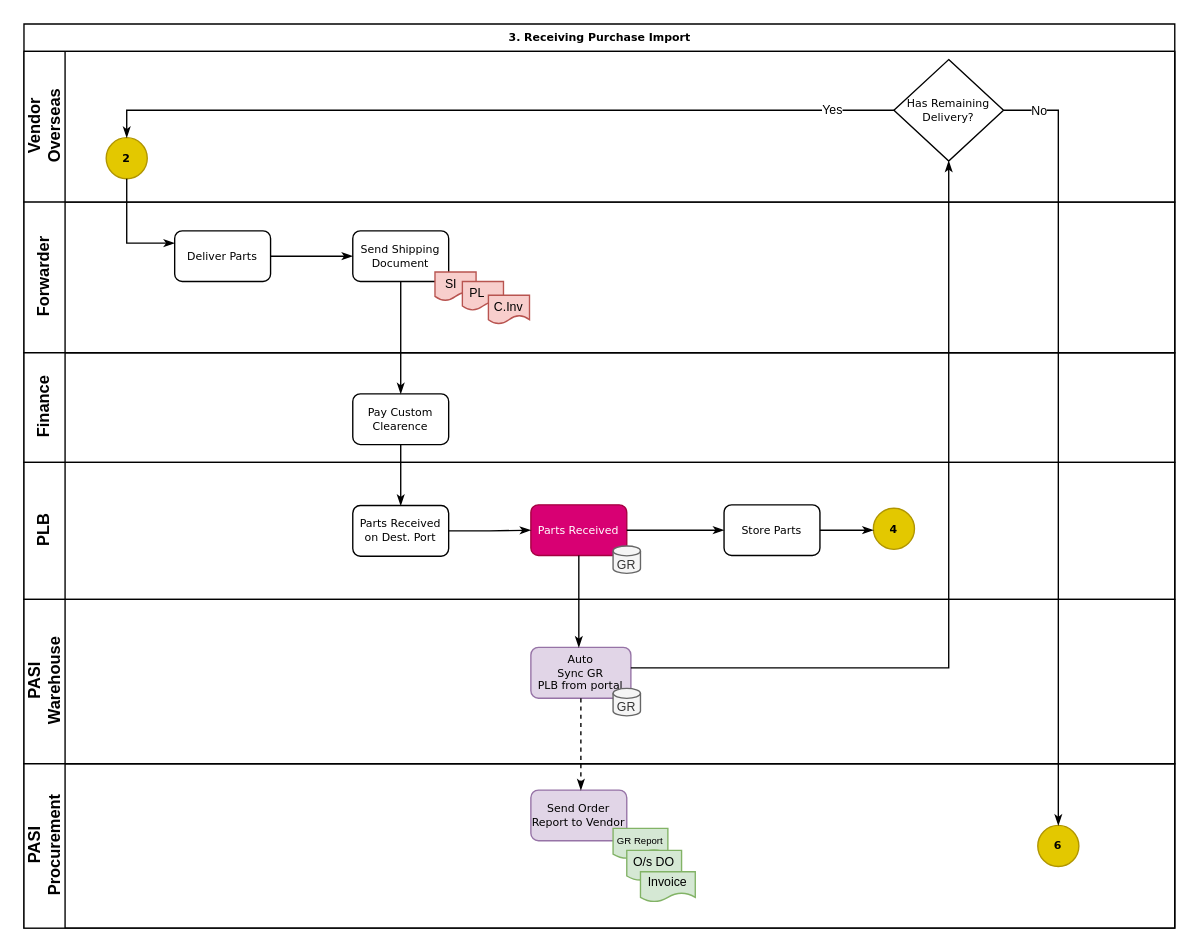
Earlier version of the draw.io diagram page "3. Receiving Purchase Import" (4 of 8) of PASI - PPS.drawio (hendrasaputra0501/pasi-bpa). Source tidied: cells renumbered, new cells numbered last; positions are measured from the earlier drawing's top-left corner, leaving out a move shared by most shapes. Both pictures are drawn from the tidied source at 137%, with x=0, y=0 at pixel (23, 23).
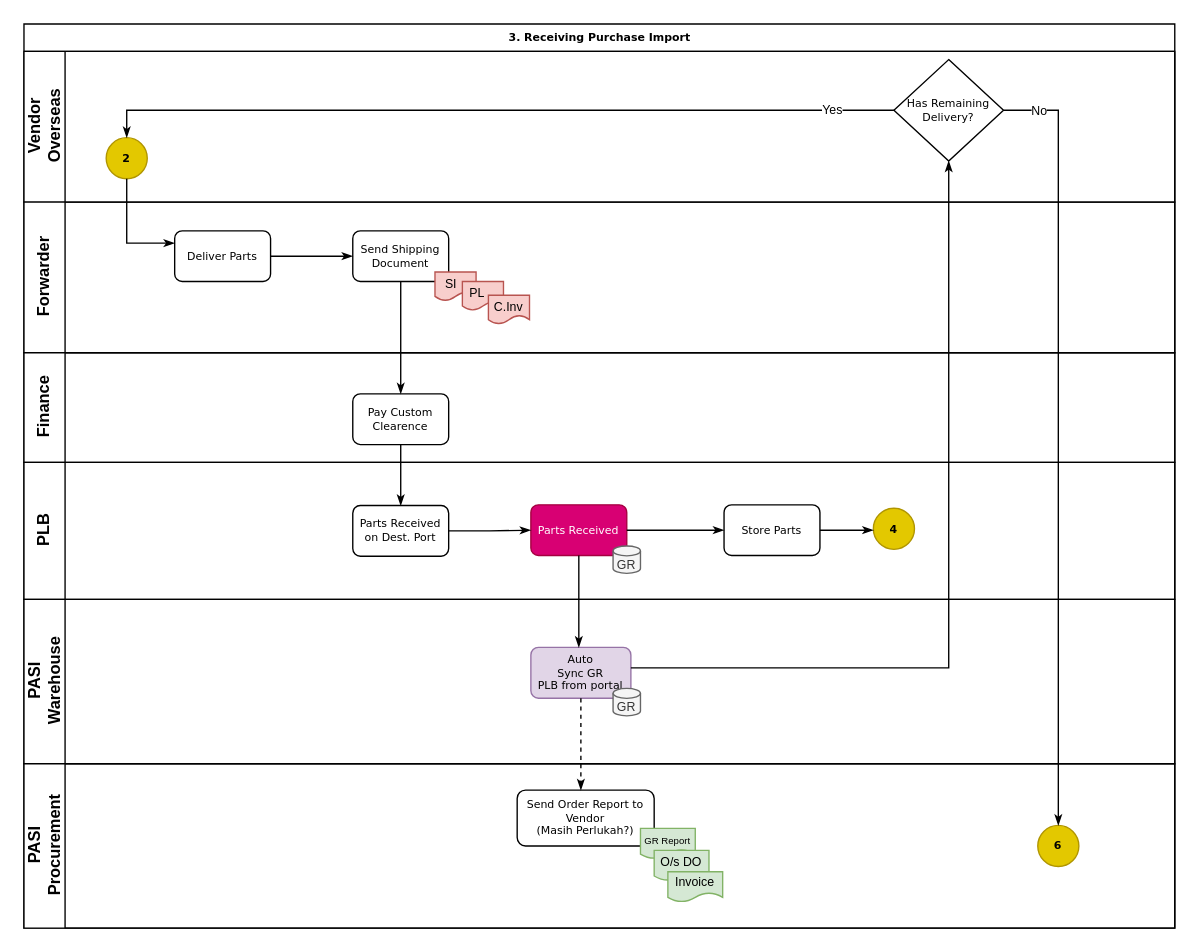
After the change.

The change refers to these unchanged cells:
```xml
<mxCell id="29" value="PASI&lt;div&gt;Procurement&lt;/div&gt;" style="swimlane;html=1;startSize=30;horizontal=0;" parent="2" vertex="1">
  <mxGeometry y="540" width="840" height="120" as="geometry" />
</mxCell>
```

Diff of the diagram source:
```diff
@@
-    <mxCell id="30" value="Send Order Report to Vendor" style="rounded=1;whiteSpace=wrap;html=1;shadow=0;labelBackgroundColor=none;strokeWidth=1;fontFamily=Verdana;fontSize=8;align=center;fillColor=#e1d5e7;strokeColor=#9673a6;" parent="29" vertex="1">
-      <mxGeometry x="370" y="19.2" width="70" height="37" as="geometry" />
+    <mxCell id="30" value="Send Order Report to Vendor&lt;br&gt;(Masih Perlukah?)" style="rounded=1;whiteSpace=wrap;html=1;shadow=0;labelBackgroundColor=none;strokeWidth=1;fontFamily=Verdana;fontSize=8;align=center;" parent="29" vertex="1">
+      <mxGeometry x="360" y="19.2" width="100" height="40.8" as="geometry" />
     </mxCell>
     <mxCell id="31" value="&lt;font style=&quot;font-size: 7px;&quot;&gt;GR Report&lt;/font&gt;" style="shape=document;whiteSpace=wrap;html=1;boundedLbl=1;fillColor=#d5e8d4;strokeColor=#82b366;" parent="29" vertex="1">
-      <mxGeometry x="430" y="47.2" width="40" height="22" as="geometry" />
+      <mxGeometry x="450" y="47.2" width="40" height="22" as="geometry" />
     </mxCell>
     <mxCell id="32" value="&lt;font style=&quot;font-size: 9px;&quot;&gt;O/s DO&lt;/font&gt;" style="shape=document;whiteSpace=wrap;html=1;boundedLbl=1;fillColor=#d5e8d4;strokeColor=#82b366;" parent="29" vertex="1">
-      <mxGeometry x="440" y="63.2" width="40" height="22" as="geometry" />
+      <mxGeometry x="460" y="63.2" width="40" height="22" as="geometry" />
     </mxCell>
     <mxCell id="33" value="&lt;font style=&quot;font-size: 9px;&quot;&gt;Invoice&lt;/font&gt;" style="shape=document;whiteSpace=wrap;html=1;boundedLbl=1;fillColor=#d5e8d4;strokeColor=#82b366;" parent="29" vertex="1">
-      <mxGeometry x="450" y="78.8" width="40" height="22" as="geometry" />
+      <mxGeometry x="470" y="78.8" width="40" height="22" as="geometry" />
     </mxCell>
```
